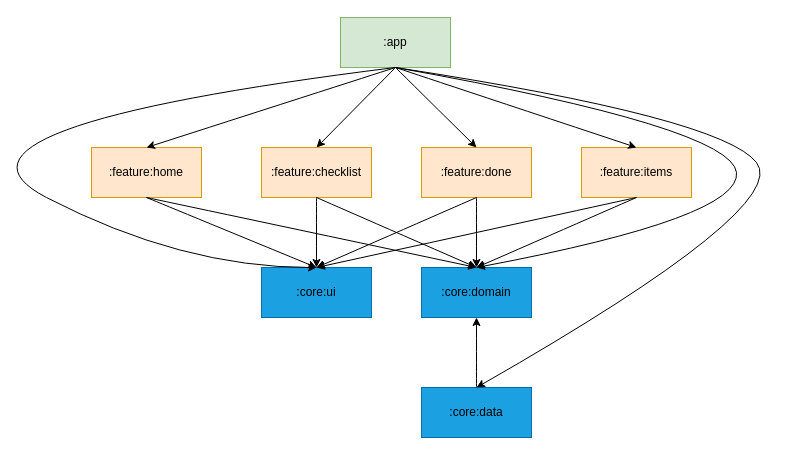
This is docs/airchitecture/ModuleStructure.drawio from Nkot117/GoSmart, a draw.io file, before an edit. Source tidied: cells renumbered, new cells numbered last; positions are measured from the earlier drawing's top-left corner, leaving out a move shared by most shapes. Both pictures are drawn from the tidied source at 100%, with x=0, y=0 at pixel (-89, 17).
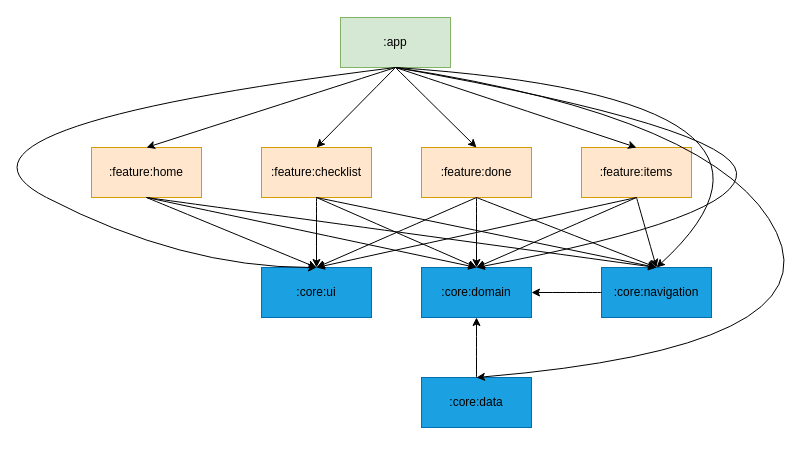
The same page after the edit.

Unchanged cells that the change refers to:
```xml
<mxCell id="2" value="&lt;font style=&quot;color: light-dark(rgb(0, 0, 0), rgb(0, 0, 0));&quot;&gt;:app&lt;/font&gt;" style="html=1;whiteSpace=wrap;fillColor=#d5e8d4;strokeColor=#82b366;" parent="1" vertex="1">
  <mxGeometry x="429" width="110" height="50" as="geometry" />
</mxCell>
<mxCell id="3" value="&lt;font&gt;:feature:home&lt;/font&gt;" style="html=1;whiteSpace=wrap;fillColor=#ffe6cc;strokeColor=#d79b00;fontColor=#000000;" parent="1" vertex="1">
  <mxGeometry x="180" y="130" width="110" height="50" as="geometry" />
</mxCell>
<mxCell id="4" value="&lt;font&gt;:feature:checklist&lt;/font&gt;" style="html=1;whiteSpace=wrap;fillColor=#ffe6cc;strokeColor=#d79b00;fontColor=#000000;" parent="1" vertex="1">
  <mxGeometry x="350" y="130" width="110" height="50" as="geometry" />
</mxCell>
<mxCell id="5" value="&lt;font&gt;:feature:done&lt;/font&gt;" style="html=1;whiteSpace=wrap;fillColor=#ffe6cc;strokeColor=#d79b00;fontColor=#000000;" parent="1" vertex="1">
  <mxGeometry x="510" y="130" width="110" height="50" as="geometry" />
</mxCell>
<mxCell id="6" value="&lt;font&gt;:feature:items&lt;/font&gt;" style="html=1;whiteSpace=wrap;fillColor=#ffe6cc;strokeColor=#d79b00;fontColor=#000000;" parent="1" vertex="1">
  <mxGeometry x="670" y="130" width="110" height="50" as="geometry" />
</mxCell>
<mxCell id="8" value="&lt;font&gt;:core:domain&lt;/font&gt;" style="html=1;whiteSpace=wrap;fillColor=#1ba1e2;fontColor=#000000;strokeColor=#006EAF;" parent="1" vertex="1">
  <mxGeometry x="510" y="250" width="110" height="50" as="geometry" />
</mxCell>
```

What changed in the source:
```diff
@@
     <mxCell id="9" value="&lt;font&gt;:core:data&lt;/font&gt;" style="html=1;whiteSpace=wrap;fillColor=#1ba1e2;fontColor=#000000;strokeColor=#006EAF;" parent="1" vertex="1">
-      <mxGeometry x="510" y="370" width="110" height="50" as="geometry" />
+      <mxGeometry x="510" y="360" width="110" height="50" as="geometry" />
     </mxCell>
@@
     <mxCell id="23" style="curved=1;endArrow=classic;html=1;rounded=0;entryX=0.5;entryY=0;entryDx=0;entryDy=0;exitX=0.5;exitY=1;exitDx=0;exitDy=0;" parent="1" edge="1" source="2" target="9">
       <mxGeometry relative="1" as="geometry">
         <Array as="points">
           <mxPoint x="810" y="100" />
-          <mxPoint x="880" y="190" />
+          <mxPoint x="920" y="330" />
         </Array>
       </mxGeometry>
     </mxCell>
@@
+    <mxCell id="26" value="&lt;font&gt;:core:navigation&lt;/font&gt;" style="html=1;whiteSpace=wrap;fillColor=#1ba1e2;fontColor=#000000;strokeColor=#006EAF;" parent="1" vertex="1">
+      <mxGeometry x="690" y="250" width="110" height="50" as="geometry" />
+    </mxCell>
+    <mxCell id="27" style="curved=1;endArrow=classic;html=1;rounded=0;entryX=0.5;entryY=0;entryDx=0;entryDy=0;exitX=0.5;exitY=1;exitDx=0;exitDy=0;" parent="1" edge="1" source="2" target="26">
+      <mxGeometry relative="1" as="geometry">
+        <Array as="points">
+          <mxPoint x="930" y="80" />
+        </Array>
+      </mxGeometry>
+    </mxCell>
+    <mxCell id="28" style="curved=1;endArrow=classic;html=1;rounded=0;entryX=0.5;entryY=0;entryDx=0;entryDy=0;exitX=0.5;exitY=1;exitDx=0;exitDy=0;" parent="1" edge="1" source="6" target="26">
+      <mxGeometry relative="1" as="geometry" />
+    </mxCell>
+    <mxCell id="29" style="curved=1;endArrow=classic;html=1;rounded=0;entryX=0.5;entryY=0;entryDx=0;entryDy=0;exitX=0.5;exitY=1;exitDx=0;exitDy=0;" parent="1" edge="1" source="5" target="26">
+      <mxGeometry relative="1" as="geometry" />
+    </mxCell>
+    <mxCell id="30" style="curved=1;endArrow=classic;html=1;rounded=0;entryX=0.5;entryY=0;entryDx=0;entryDy=0;exitX=0.5;exitY=1;exitDx=0;exitDy=0;" parent="1" edge="1" source="4" target="26">
+      <mxGeometry relative="1" as="geometry" />
+    </mxCell>
+    <mxCell id="31" style="curved=1;endArrow=classic;html=1;rounded=0;entryX=0.5;entryY=0;entryDx=0;entryDy=0;exitX=0.5;exitY=1;exitDx=0;exitDy=0;" parent="1" edge="1" source="3" target="26">
+      <mxGeometry relative="1" as="geometry" />
+    </mxCell>
+    <mxCell id="32" style="curved=1;endArrow=classic;html=1;rounded=0;entryX=1;entryY=0.5;entryDx=0;entryDy=0;exitX=0;exitY=0.5;exitDx=0;exitDy=0;" parent="1" edge="1" source="26" target="8">
+      <mxGeometry relative="1" as="geometry" />
+    </mxCell>
```
